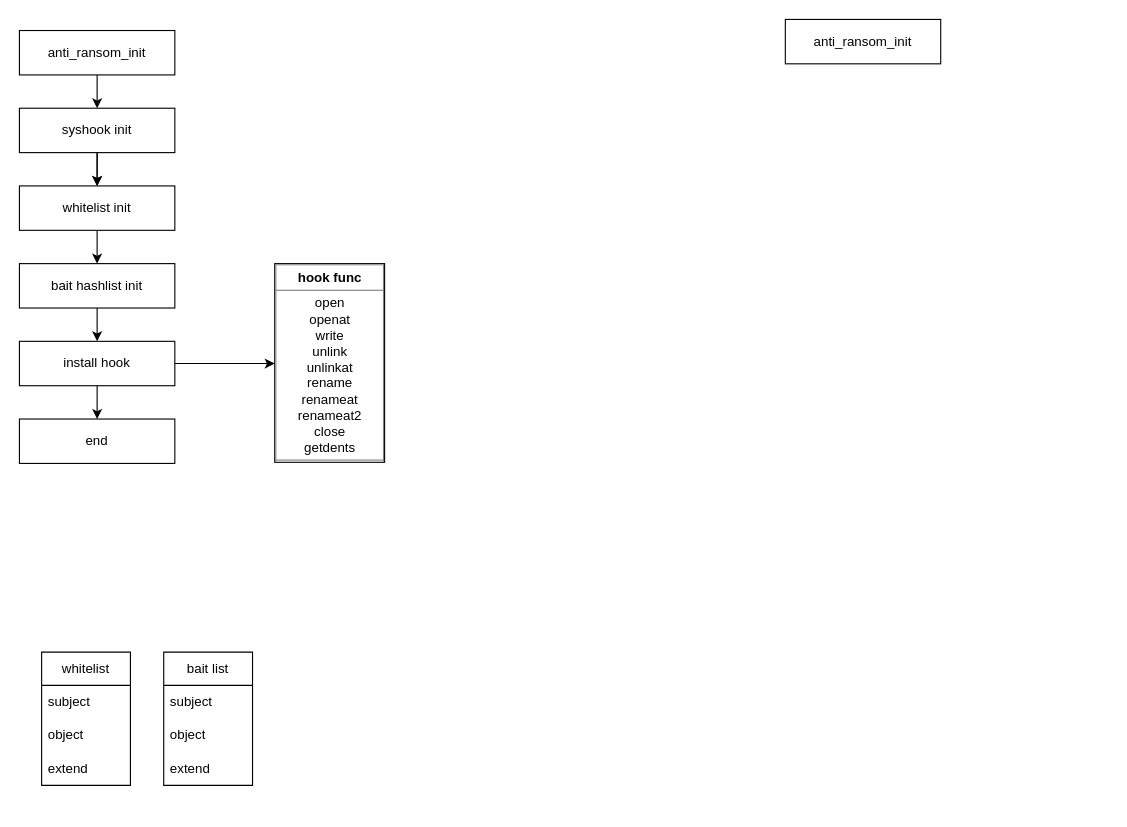
Above: ransomware/anti_ransom.drawio in DeviceObject/CRecord (draw.io), before the change. Source tidied: cells renumbered, new cells numbered last; positions are measured from the earlier drawing's top-left corner, leaving out a move shared by most shapes. Both pictures are drawn from the tidied source at 111%, with x=0, y=0 at pixel (19, 19).
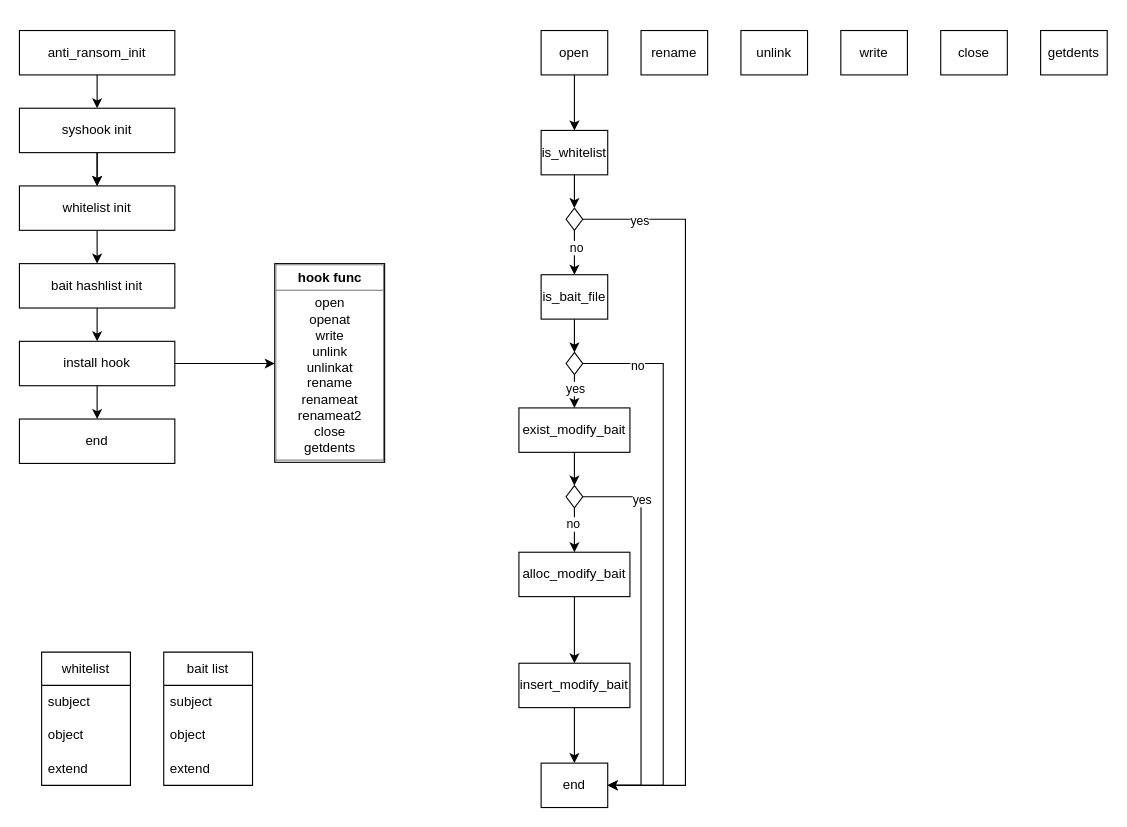
After the change.

The edit, as a diff of the source:
```diff
@@
+    <mxCell id="25" style="edgeStyle=orthogonalEdgeStyle;rounded=0;jettySize=auto;html=1;" parent="1" edge="1" source="24" target="32">
+      <mxGeometry relative="1" as="geometry" />
+    </mxCell>
-    <mxCell id="24" value="anti_ransom_init" style="rounded=0;whiteSpace=wrap;html=1;" parent="1" vertex="1">
-      <mxGeometry x="690" width="140" height="40" as="geometry" />
+    <mxCell id="24" value="open" style="rounded=0;whiteSpace=wrap;html=1;" parent="1" vertex="1">
+      <mxGeometry x="470" y="10" width="60" height="40" as="geometry" />
     </mxCell>
+    <mxCell id="26" value="rename" style="rounded=0;whiteSpace=wrap;html=1;" parent="1" vertex="1">
+      <mxGeometry x="560" y="10" width="60" height="40" as="geometry" />
+    </mxCell>
+    <mxCell id="27" value="unlink" style="rounded=0;whiteSpace=wrap;html=1;" parent="1" vertex="1">
+      <mxGeometry x="650" y="10" width="60" height="40" as="geometry" />
+    </mxCell>
+    <mxCell id="28" value="write" style="rounded=0;whiteSpace=wrap;html=1;" parent="1" vertex="1">
+      <mxGeometry x="740" y="10" width="60" height="40" as="geometry" />
+    </mxCell>
+    <mxCell id="29" value="close" style="rounded=0;whiteSpace=wrap;html=1;" parent="1" vertex="1">
+      <mxGeometry x="830" y="10" width="60" height="40" as="geometry" />
+    </mxCell>
+    <mxCell id="30" value="getdents" style="rounded=0;whiteSpace=wrap;html=1;" parent="1" vertex="1">
+      <mxGeometry x="920" y="10" width="60" height="40" as="geometry" />
+    </mxCell>
+    <mxCell id="31" style="edgeStyle=orthogonalEdgeStyle;rounded=0;jettySize=auto;html=1;" parent="1" edge="1" source="32" target="37">
+      <mxGeometry relative="1" as="geometry" />
+    </mxCell>
+    <mxCell id="32" value="is_whitelist" style="rounded=0;whiteSpace=wrap;html=1;" parent="1" vertex="1">
+      <mxGeometry x="470" y="100" width="60" height="40" as="geometry" />
+    </mxCell>
+    <mxCell id="33" style="edgeStyle=orthogonalEdgeStyle;rounded=0;jettySize=auto;html=1;" parent="1" edge="1" source="37" target="39">
+      <mxGeometry relative="1" as="geometry" />
+    </mxCell>
+    <mxCell id="34" value="no" style="edgeLabel;html=1;align=center;verticalAlign=middle;" parent="33" vertex="1">
+      <mxGeometry x="-0.24" y="1" relative="1" as="geometry" />
+    </mxCell>
+    <mxCell id="35" style="edgeStyle=orthogonalEdgeStyle;rounded=0;jettySize=auto;html=1;entryX=1;entryY=0.5;entryDx=0;entryDy=0;" parent="1" edge="1" target="44">
+      <mxGeometry relative="1" as="geometry">
+        <mxPoint x="507.5" y="180" as="sourcePoint" />
+        <Array as="points">
+          <mxPoint x="600" y="180" />
+          <mxPoint x="600" y="690" />
+        </Array>
+      </mxGeometry>
+    </mxCell>
+    <mxCell id="36" value="yes" style="edgeLabel;html=1;align=center;verticalAlign=middle;" parent="35" vertex="1">
+      <mxGeometry x="-0.85" y="-1" relative="1" as="geometry">
+        <mxPoint x="1" as="offset" />
+      </mxGeometry>
+    </mxCell>
+    <mxCell id="37" style="rhombus;whiteSpace=wrap;html=1;" parent="1" vertex="1">
+      <mxGeometry x="492.5" y="170" width="15" height="20" as="geometry" />
+    </mxCell>
+    <mxCell id="38" style="edgeStyle=orthogonalEdgeStyle;rounded=0;jettySize=auto;html=1;" parent="1" edge="1" source="39" target="49">
+      <mxGeometry relative="1" as="geometry" />
+    </mxCell>
+    <mxCell id="39" value="is_bait_file" style="rounded=0;whiteSpace=wrap;html=1;" parent="1" vertex="1">
+      <mxGeometry x="470" y="230" width="60" height="40" as="geometry" />
+    </mxCell>
+    <mxCell id="40" style="edgeStyle=orthogonalEdgeStyle;rounded=0;jettySize=auto;html=1;" parent="1" edge="1" source="41" target="54">
+      <mxGeometry relative="1" as="geometry" />
+    </mxCell>
+    <mxCell id="41" value="exist_modify_bait" style="rounded=0;whiteSpace=wrap;html=1;" parent="1" vertex="1">
+      <mxGeometry x="450" y="350" width="100" height="40" as="geometry" />
+    </mxCell>
+    <mxCell id="42" style="edgeStyle=orthogonalEdgeStyle;rounded=0;jettySize=auto;html=1;" parent="1" edge="1" source="43" target="56">
+      <mxGeometry relative="1" as="geometry" />
+    </mxCell>
+    <mxCell id="43" value="alloc_modify_bait" style="rounded=0;whiteSpace=wrap;html=1;" parent="1" vertex="1">
+      <mxGeometry x="450" y="480" width="100" height="40" as="geometry" />
+    </mxCell>
+    <mxCell id="44" value="end" style="rounded=0;whiteSpace=wrap;html=1;" parent="1" vertex="1">
+      <mxGeometry x="470" y="670" width="60" height="40" as="geometry" />
+    </mxCell>
+    <mxCell id="45" style="edgeStyle=orthogonalEdgeStyle;rounded=0;jettySize=auto;html=1;" parent="1" edge="1" source="49" target="41">
+      <mxGeometry relative="1" as="geometry" />
+    </mxCell>
+    <mxCell id="46" value="yes" style="edgeLabel;html=1;align=center;verticalAlign=middle;" parent="45" vertex="1">
+      <mxGeometry x="0.28" relative="1" as="geometry" />
+    </mxCell>
+    <mxCell id="47" style="edgeStyle=orthogonalEdgeStyle;rounded=0;jettySize=auto;html=1;entryX=1;entryY=0.5;entryDx=0;entryDy=0;" parent="1" edge="1" source="49" target="44">
+      <mxGeometry relative="1" as="geometry">
+        <Array as="points">
+          <mxPoint x="580" y="310" />
+          <mxPoint x="580" y="690" />
+        </Array>
+      </mxGeometry>
+    </mxCell>
+    <mxCell id="48" value="no" style="edgeLabel;html=1;align=center;verticalAlign=middle;" parent="47" vertex="1">
+      <mxGeometry x="-0.81" y="-1" relative="1" as="geometry">
+        <mxPoint x="1" as="offset" />
+      </mxGeometry>
+    </mxCell>
+    <mxCell id="49" style="rhombus;whiteSpace=wrap;html=1;" parent="1" vertex="1">
+      <mxGeometry x="492.5" y="300" width="15" height="20" as="geometry" />
+    </mxCell>
+    <mxCell id="50" style="edgeStyle=orthogonalEdgeStyle;rounded=0;jettySize=auto;html=1;" parent="1" edge="1" source="54" target="43">
+      <mxGeometry relative="1" as="geometry" />
+    </mxCell>
+    <mxCell id="51" value="no" style="edgeLabel;html=1;align=center;verticalAlign=middle;" parent="50" vertex="1">
+      <mxGeometry x="-0.3" y="-2" relative="1" as="geometry" />
+    </mxCell>
+    <mxCell id="52" style="edgeStyle=orthogonalEdgeStyle;rounded=0;jettySize=auto;html=1;entryX=1;entryY=0.5;entryDx=0;entryDy=0;" parent="1" edge="1" source="54" target="44">
+      <mxGeometry relative="1" as="geometry">
+        <Array as="points">
+          <mxPoint x="560" y="430" />
+          <mxPoint x="560" y="690" />
+        </Array>
+      </mxGeometry>
+    </mxCell>
+    <mxCell id="53" value="yes" style="edgeLabel;html=1;align=center;verticalAlign=middle;" parent="52" vertex="1">
+      <mxGeometry x="-0.68" relative="1" as="geometry" />
+    </mxCell>
+    <mxCell id="54" style="rhombus;whiteSpace=wrap;html=1;" parent="1" vertex="1">
+      <mxGeometry x="492.5" y="420" width="15" height="20" as="geometry" />
+    </mxCell>
+    <mxCell id="55" style="edgeStyle=orthogonalEdgeStyle;rounded=0;jettySize=auto;html=1;" parent="1" edge="1" source="56" target="44">
+      <mxGeometry relative="1" as="geometry" />
+    </mxCell>
+    <mxCell id="56" value="insert_modify_bait" style="rounded=0;whiteSpace=wrap;html=1;" parent="1" vertex="1">
+      <mxGeometry x="450" y="580" width="100" height="40" as="geometry" />
+    </mxCell>
```
